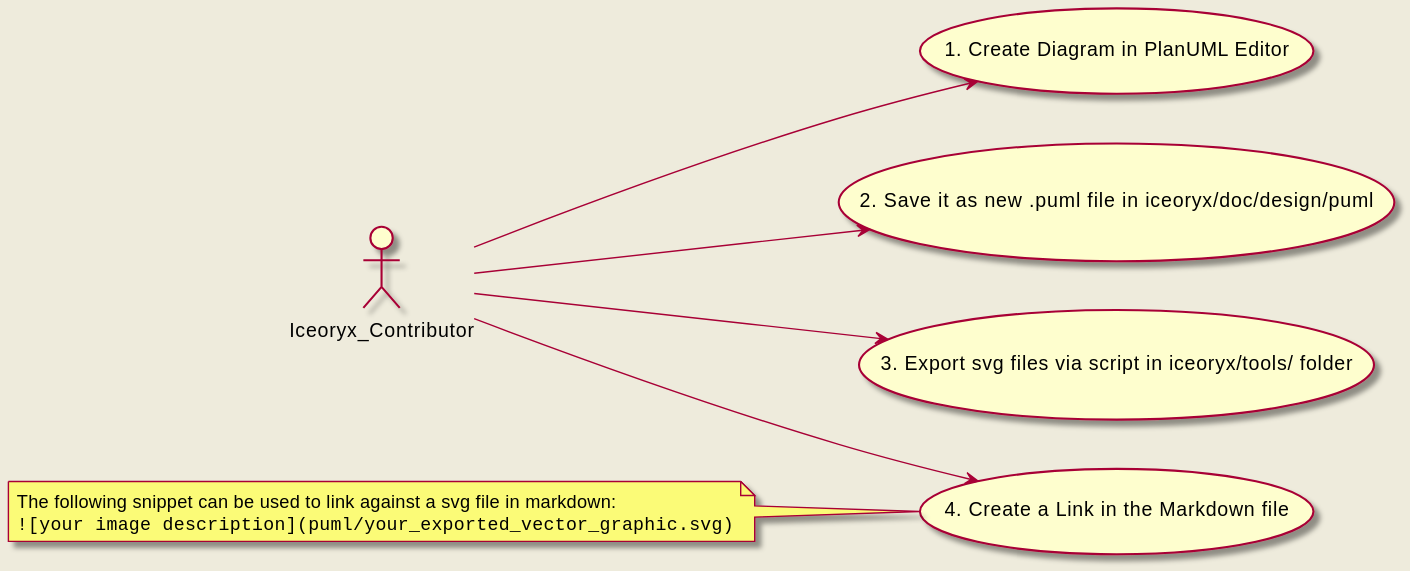
Earlier version of the PlantUML export doc/design/diagrams/puml_github_workflow.svg (eclipse-iceoryx/iceoryx). Its source is kept beside it as doc/design/diagrams/puml_github_workflow.puml.
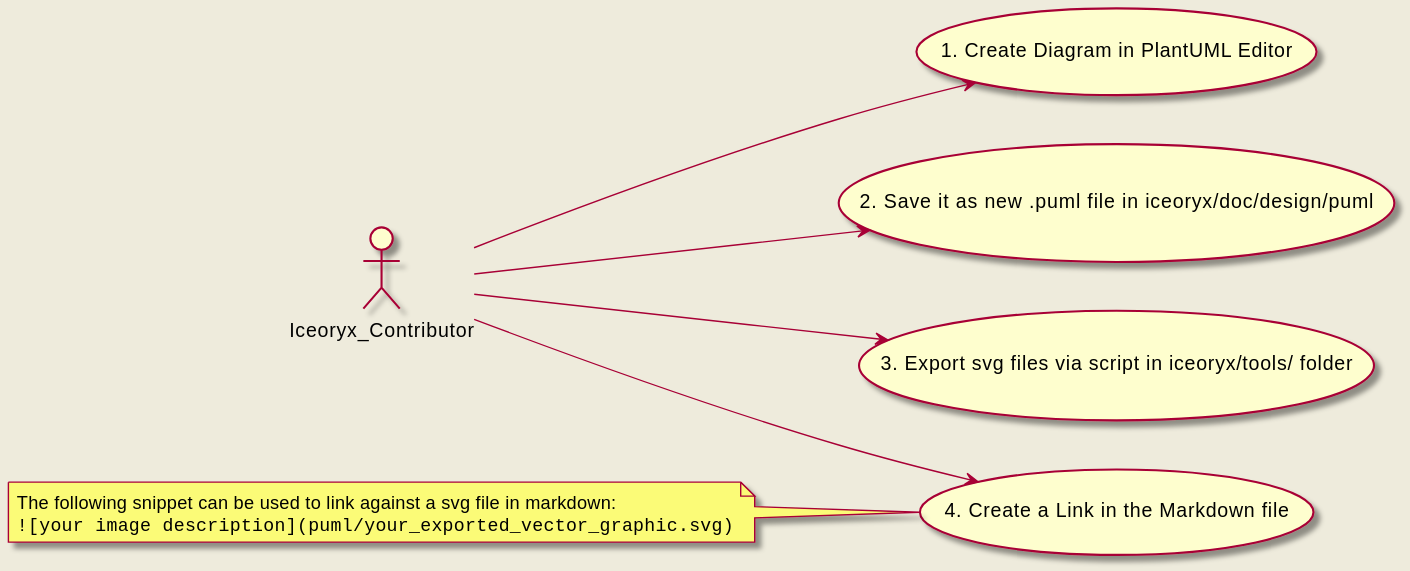
Later version of the same file.

What changed in the source:
```diff
@@ -6,7 +6,7 @@
 
 actor Iceoryx_Contributor
 
-Iceoryx_Contributor --> (1. Create Diagram in PlanUML Editor)
+Iceoryx_Contributor --> (1. Create Diagram in PlantUML Editor)
 Iceoryx_Contributor --> (2. Save it as new .puml file in iceoryx/doc/design/puml)
 Iceoryx_Contributor --> (3. Export svg files via script in iceoryx/tools/ folder)
 Iceoryx_Contributor --> (4. Create a Link in the Markdown file)
```
